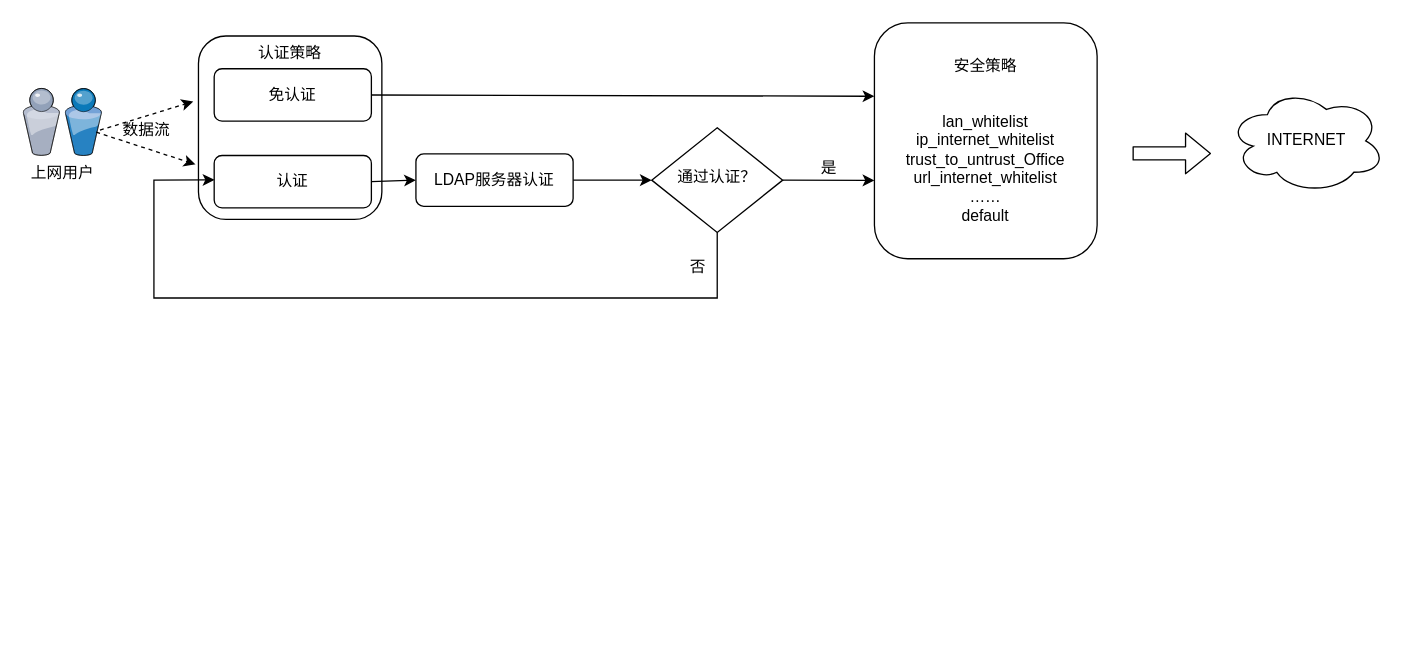
Earlier version of the draw.io diagram LDAP认证场地上网流程.drawio (blacksoilzz/draw.io). Source tidied: cells renumbered, new cells numbered last; positions are measured from the earlier drawing's top-left corner, leaving out a move shared by most shapes. Both pictures are drawn from the tidied source at 131%, with x=0, y=0 at pixel (22, 22).
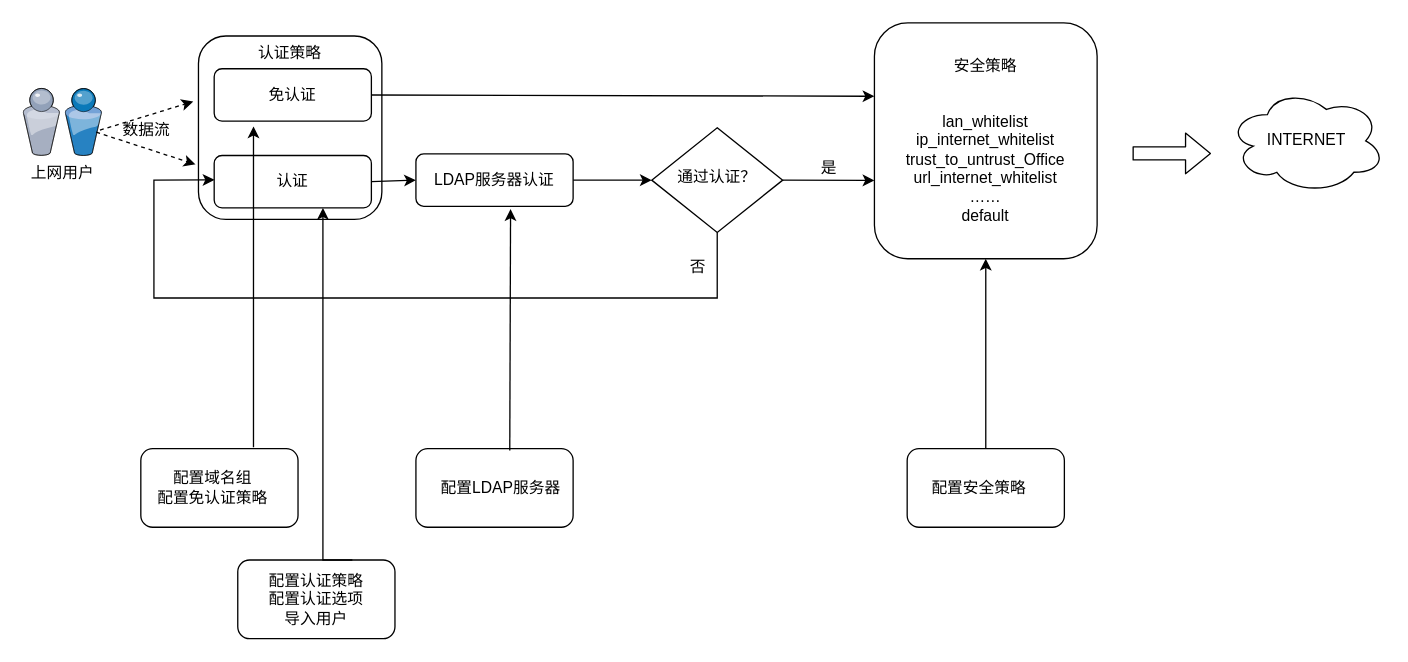
Above is the later version.

Commit message:
Update LDAP认证场地上网流程.drawio

The change refers to these unchanged cells:
```xml
<mxCell id="6" value="认证" style="rounded=1;whiteSpace=wrap;html=1;fontSize=12;glass=0;strokeWidth=1;shadow=0;" parent="1" vertex="1">
  <mxGeometry x="146" y="101.2" width="120" height="40" as="geometry" />
</mxCell>
<mxCell id="8" value="LDAP服务器认证" style="rounded=1;whiteSpace=wrap;html=1;fontSize=12;glass=0;strokeWidth=1;shadow=0;" parent="1" vertex="1">
  <mxGeometry x="300" y="100" width="120" height="40" as="geometry" />
</mxCell>
<mxCell id="9" value="安全策略&lt;br&gt;&lt;br&gt;&lt;br&gt;lan_whitelist&lt;br&gt;ip_internet_whitelist&lt;br&gt;trust_to_untrust_Office&lt;br&gt;url_internet_whitelist&lt;br&gt;……&lt;br&gt;default" style="rounded=1;whiteSpace=wrap;html=1;fontSize=12;glass=0;strokeWidth=1;shadow=0;" parent="1" vertex="1">
  <mxGeometry x="650" width="170" height="180" as="geometry" />
</mxCell>
```

Diff of the diagram source:
```diff
@@
+    <mxCell id="21" style="rounded=1;whiteSpace=wrap;html=1;" parent="1" vertex="1">
+      <mxGeometry x="90" y="325" width="120" height="60" as="geometry" />
+    </mxCell>
+    <mxCell id="22" style="rounded=1;whiteSpace=wrap;html=1;" parent="1" vertex="1">
+      <mxGeometry x="164" y="410" width="120" height="60" as="geometry" />
+    </mxCell>
+    <mxCell id="23" style="rounded=1;whiteSpace=wrap;html=1;" parent="1" vertex="1">
+      <mxGeometry x="300" y="325" width="120" height="60" as="geometry" />
+    </mxCell>
@@
+    <mxCell id="24" style="rounded=1;whiteSpace=wrap;html=1;" parent="1" vertex="1">
+      <mxGeometry x="675" y="325" width="120" height="60" as="geometry" />
+    </mxCell>
+    <mxCell id="25" value="配置域名组&lt;br&gt;配置免认证策略" style="text;html=1;strokeColor=none;fillColor=none;align=center;verticalAlign=middle;whiteSpace=wrap;rounded=0;" parent="1" vertex="1">
+      <mxGeometry x="90" y="340" width="110" height="30" as="geometry" />
+    </mxCell>
+    <mxCell id="26" value="配置LDAP服务器" style="text;html=1;strokeColor=none;fillColor=none;align=center;verticalAlign=middle;whiteSpace=wrap;rounded=0;" parent="1" vertex="1">
+      <mxGeometry x="310" y="345" width="110" height="20" as="geometry" />
+    </mxCell>
+    <mxCell id="27" style="edgeStyle=orthogonalEdgeStyle;rounded=0;jettySize=auto;html=1;exitX=0.75;exitY=0;exitDx=0;exitDy=0;" parent="1" edge="1" source="28" target="6">
+      <mxGeometry relative="1" as="geometry">
+        <Array as="points">
+          <mxPoint x="229" y="210" />
+          <mxPoint x="229" y="210" />
+        </Array>
+      </mxGeometry>
+    </mxCell>
+    <mxCell id="28" value="配置认证策略&lt;br&gt;配置认证选项&lt;br&gt;导入用户" style="text;html=1;strokeColor=none;fillColor=none;align=center;verticalAlign=middle;whiteSpace=wrap;rounded=0;" parent="1" vertex="1">
+      <mxGeometry x="169" y="410" width="110" height="60" as="geometry" />
+    </mxCell>
+    <mxCell id="29" value="配置安全策略" style="text;html=1;strokeColor=none;fillColor=none;align=center;verticalAlign=middle;whiteSpace=wrap;rounded=0;" parent="1" vertex="1">
+      <mxGeometry x="675" y="345" width="110" height="20" as="geometry" />
+    </mxCell>
+    <mxCell id="30" style="endArrow=classic;html=1;exitX=0.5;exitY=0;exitDx=0;exitDy=0;entryX=0.5;entryY=1;entryDx=0;entryDy=0;" parent="1" edge="1" source="24" target="9">
+      <mxGeometry relative="1" as="geometry" />
+    </mxCell>
+    <mxCell id="31" style="endArrow=classic;html=1;entryX=0.602;entryY=1.052;entryDx=0;entryDy=0;entryPerimeter=0;exitX=0.597;exitY=0.024;exitDx=0;exitDy=0;exitPerimeter=0;" parent="1" edge="1" source="23" target="8">
+      <mxGeometry relative="1" as="geometry" />
+    </mxCell>
+    <mxCell id="32" style="endArrow=classic;html=1;entryX=0.25;entryY=1;entryDx=0;entryDy=0;" parent="1" edge="1">
+      <mxGeometry relative="1" as="geometry">
+        <mxPoint x="176" y="324" as="sourcePoint" />
+        <mxPoint x="176" y="79" as="targetPoint" />
+      </mxGeometry>
+    </mxCell>
```
